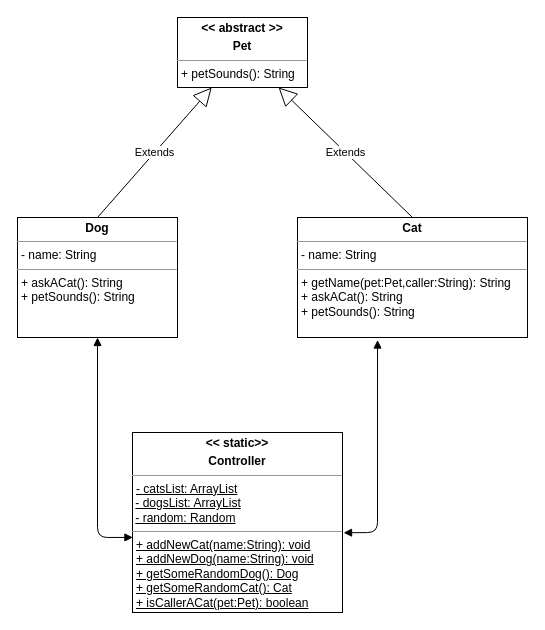
Before: AskACat.drawio in CC-OOP-DS/11a_AskACat_01_DS, a draw.io diagram. Source tidied: cells renumbered, new cells numbered last; positions are measured from the earlier drawing's top-left corner, leaving out a move shared by most shapes. Both pictures are drawn from the tidied source at 100%, with x=0, y=0 at pixel (17, 17).
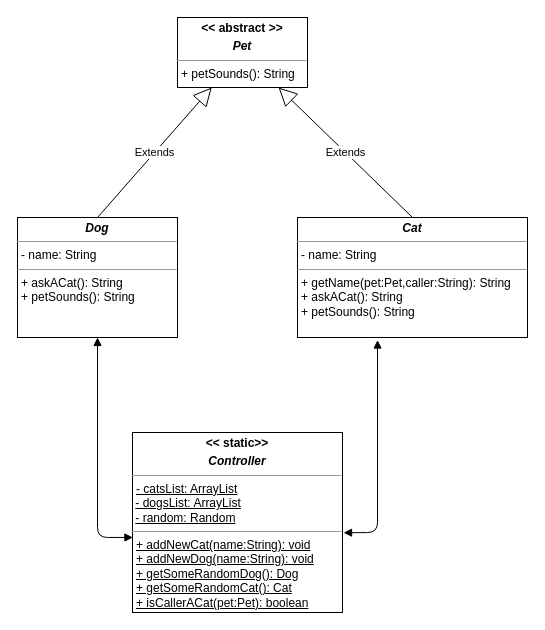
Above is the later version.

Diff of the diagram source:
```diff
@@
 <mxGraphModel>
   <root>
     <mxCell id="0" />
     <mxCell id="1" parent="0" />
-    <mxCell id="2" value="&lt;p style=&quot;margin: 0px ; margin-top: 4px ; text-align: center&quot;&gt;&lt;b&gt;Cat&lt;/b&gt;&lt;/p&gt;&lt;hr size=&quot;1&quot;&gt;&lt;p style=&quot;margin: 0px ; margin-left: 4px&quot;&gt;- name: String&lt;/p&gt;&lt;hr size=&quot;1&quot;&gt;&lt;p style=&quot;margin: 0px ; margin-left: 4px&quot;&gt;&lt;span&gt;+ getName(pet:Pet,caller:String): String&lt;/span&gt;&lt;br&gt;&lt;/p&gt;&lt;p style=&quot;margin: 0px ; margin-left: 4px&quot;&gt;+ askACat(): String&lt;br&gt;&lt;/p&gt;&lt;p style=&quot;margin: 0px ; margin-left: 4px&quot;&gt;+ petSounds(): String&lt;br&gt;&lt;/p&gt;" style="verticalAlign=top;align=left;overflow=fill;fontSize=12;fontFamily=Helvetica;html=1;" parent="1" vertex="1">
+    <mxCell id="2" value="&lt;p style=&quot;margin: 0px ; margin-top: 4px ; text-align: center&quot;&gt;&lt;b&gt;&lt;i&gt;Cat&lt;/i&gt;&lt;/b&gt;&lt;/p&gt;&lt;hr size=&quot;1&quot;&gt;&lt;p style=&quot;margin: 0px ; margin-left: 4px&quot;&gt;- name: String&lt;/p&gt;&lt;hr size=&quot;1&quot;&gt;&lt;p style=&quot;margin: 0px ; margin-left: 4px&quot;&gt;&lt;span&gt;+ getName(pet:Pet,caller:String): String&lt;/span&gt;&lt;br&gt;&lt;/p&gt;&lt;p style=&quot;margin: 0px ; margin-left: 4px&quot;&gt;+ askACat(): String&lt;br&gt;&lt;/p&gt;&lt;p style=&quot;margin: 0px ; margin-left: 4px&quot;&gt;+ petSounds(): String&lt;br&gt;&lt;/p&gt;" style="verticalAlign=top;align=left;overflow=fill;fontSize=12;fontFamily=Helvetica;html=1;" parent="1" vertex="1">
       <mxGeometry x="280" y="200" width="230" height="120" as="geometry" />
     </mxCell>
-    <mxCell id="3" value="&lt;p style=&quot;margin: 0px ; margin-top: 4px ; text-align: center&quot;&gt;&lt;b&gt;&amp;lt;&amp;lt; static&amp;gt;&amp;gt;&lt;/b&gt;&lt;b&gt;&lt;br&gt;&lt;/b&gt;&lt;/p&gt;&lt;p style=&quot;margin: 0px ; margin-top: 4px ; text-align: center&quot;&gt;&lt;b&gt;Controller&lt;/b&gt;&lt;/p&gt;&lt;hr size=&quot;1&quot;&gt;&lt;p style=&quot;margin: 0px ; margin-left: 4px&quot;&gt;&lt;u&gt;- catsList: ArrayList&lt;/u&gt;&lt;/p&gt;&amp;nbsp;&lt;u&gt;- dogsList: ArrayList&lt;/u&gt;&lt;br&gt;&amp;nbsp;&lt;u&gt;- random: Random&lt;/u&gt;&lt;br&gt;&lt;hr size=&quot;1&quot;&gt;&lt;p style=&quot;margin: 0px ; margin-left: 4px&quot;&gt;&lt;u&gt;+ addNewCat(name:String): void&lt;/u&gt;&lt;/p&gt;&lt;p style=&quot;margin: 0px ; margin-left: 4px&quot;&gt;&lt;u&gt;+ addNewDog(name:String): void&lt;br&gt;&lt;/u&gt;&lt;/p&gt;&lt;p style=&quot;margin: 0px ; margin-left: 4px&quot;&gt;&lt;u&gt;+ getSomeRandomDog(): Dog&lt;br&gt;&lt;/u&gt;&lt;/p&gt;&lt;p style=&quot;margin: 0px ; margin-left: 4px&quot;&gt;&lt;u&gt;+ getSomeRandomCat(): Cat&lt;br&gt;&lt;/u&gt;&lt;/p&gt;&lt;p style=&quot;margin: 0px ; margin-left: 4px&quot;&gt;&lt;u&gt;+ isCallerACat(pet:Pet): boolean&lt;/u&gt;&lt;br&gt;&lt;/p&gt;&lt;p style=&quot;margin: 0px ; margin-left: 4px&quot;&gt;&lt;br&gt;&lt;/p&gt;&lt;p style=&quot;margin: 0px ; margin-left: 4px&quot;&gt;&lt;br&gt;&lt;/p&gt;" style="verticalAlign=top;align=left;overflow=fill;fontSize=12;fontFamily=Helvetica;html=1;" parent="1" vertex="1">
+    <mxCell id="3" value="&lt;p style=&quot;margin: 0px ; margin-top: 4px ; text-align: center&quot;&gt;&lt;b&gt;&amp;lt;&amp;lt; static&amp;gt;&amp;gt;&lt;/b&gt;&lt;b&gt;&lt;br&gt;&lt;/b&gt;&lt;/p&gt;&lt;p style=&quot;margin: 0px ; margin-top: 4px ; text-align: center&quot;&gt;&lt;b&gt;&lt;i&gt;Controller&lt;/i&gt;&lt;/b&gt;&lt;/p&gt;&lt;hr size=&quot;1&quot;&gt;&lt;p style=&quot;margin: 0px ; margin-left: 4px&quot;&gt;&lt;u&gt;- catsList: ArrayList&lt;/u&gt;&lt;/p&gt;&amp;nbsp;&lt;u&gt;- dogsList: ArrayList&lt;/u&gt;&lt;br&gt;&amp;nbsp;&lt;u&gt;- random: Random&lt;/u&gt;&lt;br&gt;&lt;hr size=&quot;1&quot;&gt;&lt;p style=&quot;margin: 0px ; margin-left: 4px&quot;&gt;&lt;u&gt;+ addNewCat(name:String): void&lt;/u&gt;&lt;/p&gt;&lt;p style=&quot;margin: 0px ; margin-left: 4px&quot;&gt;&lt;u&gt;+ addNewDog(name:String): void&lt;br&gt;&lt;/u&gt;&lt;/p&gt;&lt;p style=&quot;margin: 0px ; margin-left: 4px&quot;&gt;&lt;u&gt;+ getSomeRandomDog(): Dog&lt;br&gt;&lt;/u&gt;&lt;/p&gt;&lt;p style=&quot;margin: 0px ; margin-left: 4px&quot;&gt;&lt;u&gt;+ getSomeRandomCat(): Cat&lt;br&gt;&lt;/u&gt;&lt;/p&gt;&lt;p style=&quot;margin: 0px ; margin-left: 4px&quot;&gt;&lt;u&gt;+ isCallerACat(pet:Pet): boolean&lt;/u&gt;&lt;br&gt;&lt;/p&gt;&lt;p style=&quot;margin: 0px ; margin-left: 4px&quot;&gt;&lt;br&gt;&lt;/p&gt;&lt;p style=&quot;margin: 0px ; margin-left: 4px&quot;&gt;&lt;br&gt;&lt;/p&gt;" style="verticalAlign=top;align=left;overflow=fill;fontSize=12;fontFamily=Helvetica;html=1;" parent="1" vertex="1">
       <mxGeometry x="115" y="415" width="210" height="180" as="geometry" />
     </mxCell>
-    <mxCell id="4" value="&lt;p style=&quot;margin: 0px ; margin-top: 4px ; text-align: center&quot;&gt;&lt;b&gt;Dog&lt;/b&gt;&lt;/p&gt;&lt;hr size=&quot;1&quot;&gt;&lt;p style=&quot;margin: 0px ; margin-left: 4px&quot;&gt;- name: String&lt;/p&gt;&lt;hr size=&quot;1&quot;&gt;&lt;p style=&quot;margin: 0px ; margin-left: 4px&quot;&gt;&lt;span&gt;+ askACat(): String&lt;/span&gt;&lt;br&gt;&lt;/p&gt;&lt;p style=&quot;margin: 0px ; margin-left: 4px&quot;&gt;+ petSounds(): String&lt;/p&gt;" style="verticalAlign=top;align=left;overflow=fill;fontSize=12;fontFamily=Helvetica;html=1;" parent="1" vertex="1">
+    <mxCell id="4" value="&lt;p style=&quot;margin: 0px ; margin-top: 4px ; text-align: center&quot;&gt;&lt;b&gt;&lt;i&gt;Dog&lt;/i&gt;&lt;/b&gt;&lt;/p&gt;&lt;hr size=&quot;1&quot;&gt;&lt;p style=&quot;margin: 0px ; margin-left: 4px&quot;&gt;- name: String&lt;/p&gt;&lt;hr size=&quot;1&quot;&gt;&lt;p style=&quot;margin: 0px ; margin-left: 4px&quot;&gt;&lt;span&gt;+ askACat(): String&lt;/span&gt;&lt;br&gt;&lt;/p&gt;&lt;p style=&quot;margin: 0px ; margin-left: 4px&quot;&gt;+ petSounds(): String&lt;/p&gt;" style="verticalAlign=top;align=left;overflow=fill;fontSize=12;fontFamily=Helvetica;html=1;" parent="1" vertex="1">
       <mxGeometry y="200" width="160" height="120" as="geometry" />
     </mxCell>
-    <mxCell id="5" value="&lt;p style=&quot;margin: 0px ; margin-top: 4px ; text-align: center&quot;&gt;&lt;b&gt;&amp;lt;&amp;lt; abstract &amp;gt;&amp;gt;&lt;/b&gt;&lt;/p&gt;&lt;p style=&quot;margin: 0px ; margin-top: 4px ; text-align: center&quot;&gt;&lt;b&gt;Pet&lt;/b&gt;&lt;/p&gt;&lt;hr size=&quot;1&quot;&gt;&lt;p style=&quot;margin: 0px ; margin-left: 4px&quot;&gt;&lt;span&gt;+ petSounds(): String&lt;/span&gt;&lt;br&gt;&lt;/p&gt;" style="verticalAlign=top;align=left;overflow=fill;fontSize=12;fontFamily=Helvetica;html=1;" parent="1" vertex="1">
+    <mxCell id="5" value="&lt;p style=&quot;margin: 0px ; margin-top: 4px ; text-align: center&quot;&gt;&lt;b&gt;&amp;lt;&amp;lt; abstract &amp;gt;&amp;gt;&lt;/b&gt;&lt;/p&gt;&lt;p style=&quot;margin: 0px ; margin-top: 4px ; text-align: center&quot;&gt;&lt;b&gt;&lt;i&gt;Pet&lt;/i&gt;&lt;/b&gt;&lt;/p&gt;&lt;hr size=&quot;1&quot;&gt;&lt;p style=&quot;margin: 0px ; margin-left: 4px&quot;&gt;&lt;span&gt;+ petSounds(): String&lt;/span&gt;&lt;br&gt;&lt;/p&gt;" style="verticalAlign=top;align=left;overflow=fill;fontSize=12;fontFamily=Helvetica;html=1;" parent="1" vertex="1">
       <mxGeometry x="160" width="130" height="70" as="geometry" />
     </mxCell>
     <mxCell id="6" value="Extends" style="endArrow=block;endSize=16;endFill=0;html=1;exitX=0.5;exitY=0;exitDx=0;exitDy=0;" parent="1" edge="1" source="2" target="5">
       <mxGeometry relative="1" as="geometry" />
     </mxCell>
     <mxCell id="7" value="Extends" style="endArrow=block;endSize=16;endFill=0;html=1;exitX=0.5;exitY=0;exitDx=0;exitDy=0;" parent="1" edge="1" source="4" target="5">
       <mxGeometry relative="1" as="geometry" />
     </mxCell>
     <mxCell id="8" style="endArrow=block;startArrow=block;endFill=1;startFill=1;html=1;entryX=0.348;entryY=1.021;entryDx=0;entryDy=0;entryPerimeter=0;exitX=1.005;exitY=0.557;exitDx=0;exitDy=0;exitPerimeter=0;" parent="1" edge="1" source="3" target="2">
       <mxGeometry relative="1" as="geometry">
         <Array as="points">
           <mxPoint x="360" y="515" />
         </Array>
       </mxGeometry>
     </mxCell>
     <mxCell id="9" style="endArrow=block;startArrow=block;endFill=1;startFill=1;html=1;entryX=0.5;entryY=1;entryDx=0;entryDy=0;exitX=0.002;exitY=0.583;exitDx=0;exitDy=0;exitPerimeter=0;" parent="1" edge="1" source="3" target="4">
       <mxGeometry relative="1" as="geometry">
         <Array as="points">
           <mxPoint x="80" y="520" />
         </Array>
       </mxGeometry>
     </mxCell>
   </root>
 </mxGraphModel>
```
